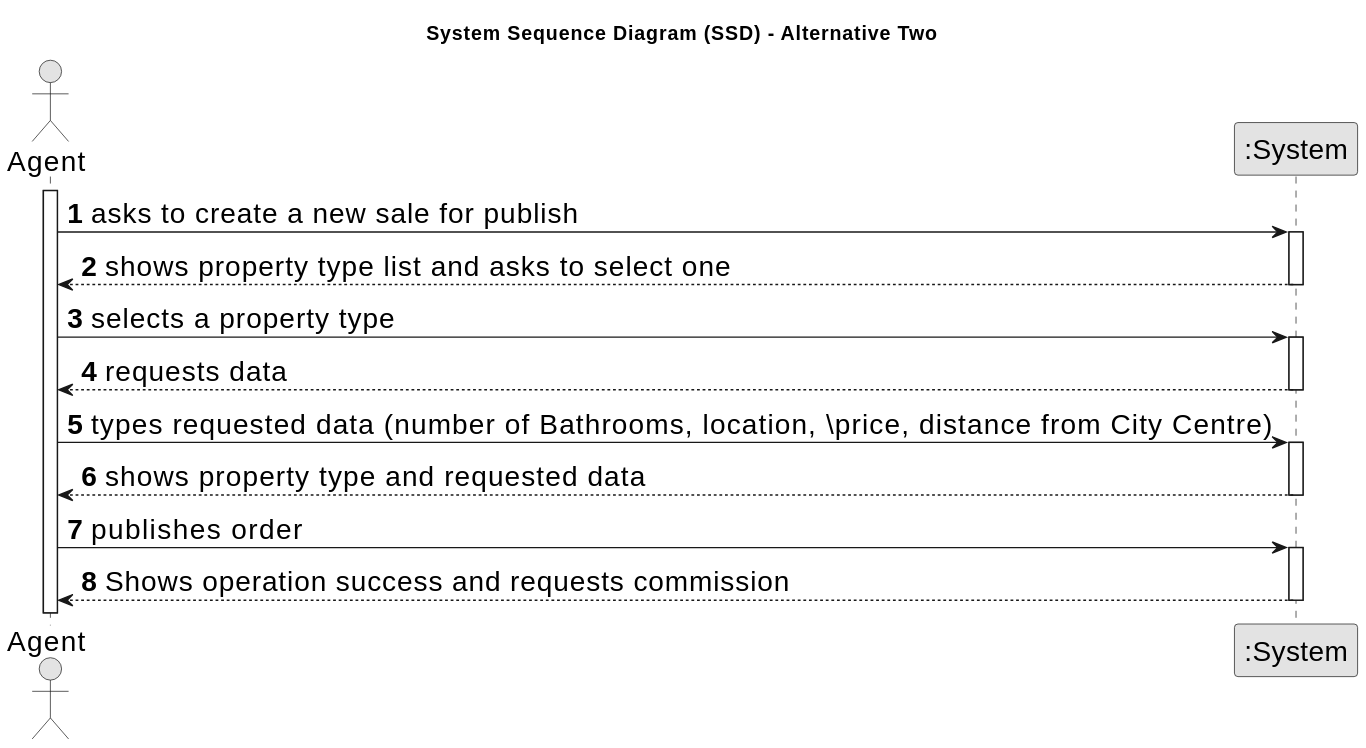
This is docs/sprintA/us002/01.requirements-engineering/svg/us002-system-sequence-diagram-alternative-two.svg from Goncalves2525/real-estate-management-system, a PlantUML export, as it was before one commit. Its diagram source:
```plantuml
@startuml
skinparamlocked defaultFontSize 20
skinparam monochrome true
skinparam packageStyle rectangle
skinparam shadowing false

title System Sequence Diagram (SSD) - Alternative Two

autonumber

actor "Agent" as Agent
participant ":System" as System

activate Agent

    Agent -> System : asks to create a new sale for publish
    activate System

        System --> Agent : shows property type list and asks to select one
    deactivate System

    Agent -> System : selects a property type
    activate System

        System --> Agent : requests data
    deactivate System

    Agent -> System : types requested data (number of Bathrooms, location, \price, distance from City Centre)
    activate System

        System --> Agent : shows property type and requested data
    deactivate System

    Agent -> System : publishes order
    activate System

        System --> Agent : Shows operation success and requests commission
    deactivate System
@enduml
```
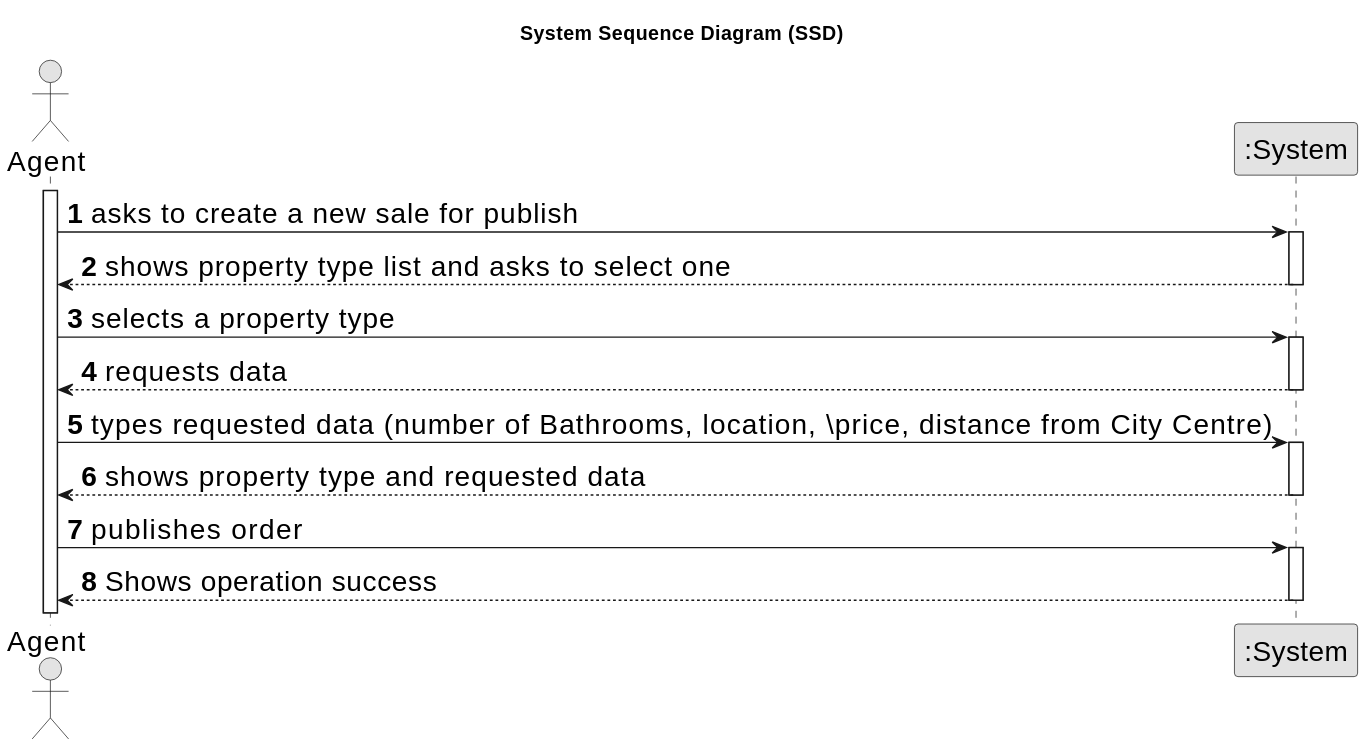
The same file after the commit.

What changed in the source:
```diff
@@ -4,7 +4,7 @@
 skinparam packageStyle rectangle
 skinparam shadowing false
 
-title System Sequence Diagram (SSD) - Alternative Two
+title System Sequence Diagram (SSD)
 
 autonumber
 
@@ -34,6 +34,6 @@
     Agent -> System : publishes order
     activate System
 
-        System --> Agent : Shows operation success and requests commission
+        System --> Agent : Shows operation success
     deactivate System
 @enduml
```
